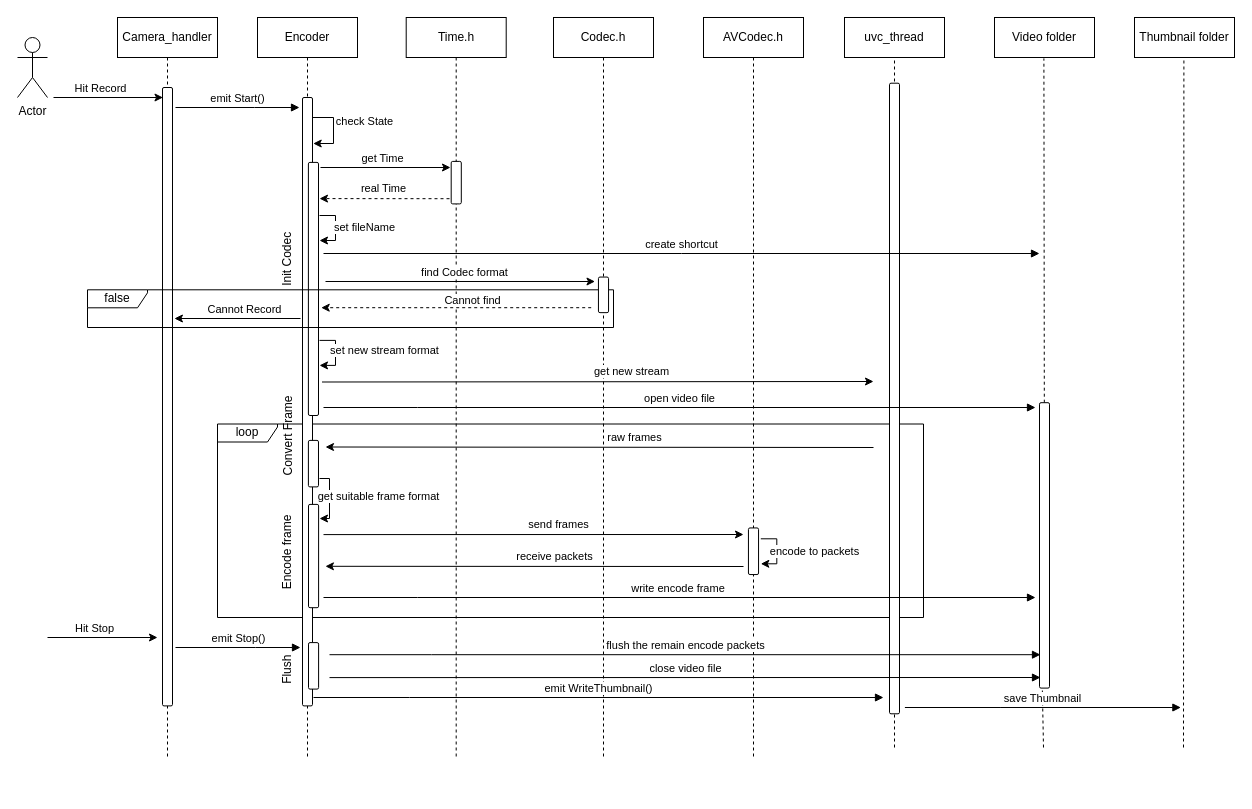
This is Internal_Project.drawio from GNV8HC/Exercise, a draw.io file, before an edit. Source tidied: cells renumbered, new cells numbered last; positions are measured from the earlier drawing's top-left corner, leaving out a move shared by most shapes. Both pictures are drawn from the tidied source at 100%, with x=0, y=0 at pixel (-142, 17).
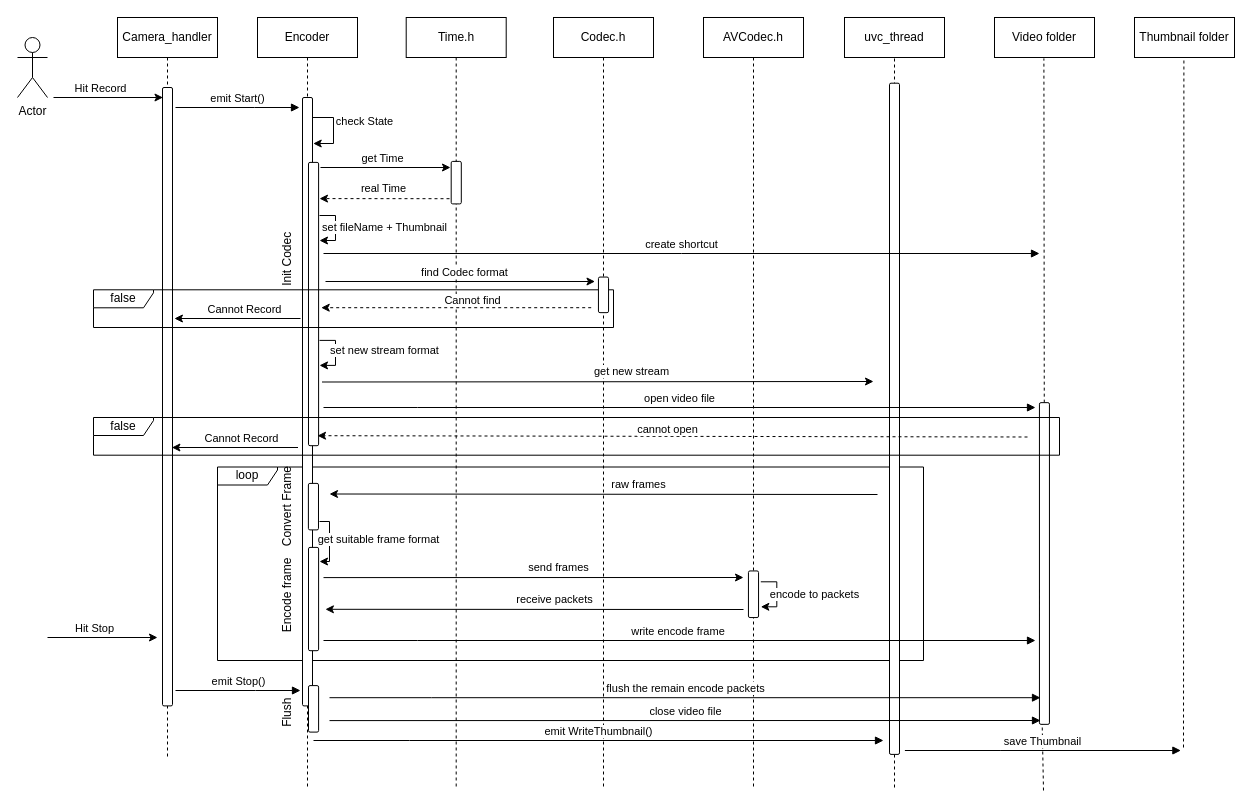
The same diagram, later.

Unchanged cells that the change refers to:
```xml
<mxCell id="31" style="endArrow=classic;html=1;rounded=0;" parent="1" edge="1">
  <mxGeometry relative="1" as="geometry">
    <mxPoint x="461" y="198" as="sourcePoint" />
    <mxPoint x="461" y="223" as="targetPoint" />
    <Array as="points">
      <mxPoint x="477" y="198" />
      <mxPoint x="477" y="223" />
    </Array>
  </mxGeometry>
</mxCell>
```

The edit, as a diff of the source:
```diff
@@
     <mxCell id="2" value="loop" style="shape=umlFrame;whiteSpace=wrap;html=1;width=60;height=18;" parent="1" vertex="1">
-      <mxGeometry x="359" y="406.5" width="706" height="193.5" as="geometry" />
+      <mxGeometry x="359" y="449.5" width="706" height="193.5" as="geometry" />
     </mxCell>
@@
     <mxCell id="4" value="Encoder" style="shape=umlLifeline;perimeter=lifelinePerimeter;whiteSpace=wrap;html=1;newEdgeStyle={&quot;edgeStyle&quot;:&quot;elbowEdgeStyle&quot;,&quot;elbow&quot;:&quot;vertical&quot;,&quot;curved&quot;:0,&quot;rounded&quot;:0};" parent="1" vertex="1">
-      <mxGeometry x="399" width="100" height="740" as="geometry" />
+      <mxGeometry x="399" width="100" height="770" as="geometry" />
     </mxCell>
@@
     <mxCell id="16" value="emit Stop()" style="html=1;verticalAlign=bottom;endArrow=block;edgeStyle=elbowEdgeStyle;elbow=vertical;curved=0;rounded=0;" parent="1" edge="1">
       <mxGeometry relative="1" as="geometry">
-        <mxPoint x="317" y="630" as="sourcePoint" />
-        <mxPoint x="442" y="630" as="targetPoint" />
+        <mxPoint x="317" y="673" as="sourcePoint" />
+        <mxPoint x="442" y="673" as="targetPoint" />
         <Array as="points">
-          <mxPoint x="397" y="630" />
+          <mxPoint x="397" y="673" />
         </Array>
       </mxGeometry>
     </mxCell>
@@
     <mxCell id="23" style="endArrow=classic;html=1;rounded=0;" parent="1" edge="1">
       <mxGeometry relative="1" as="geometry">
-        <mxPoint x="1015" y="430" as="sourcePoint" />
-        <mxPoint x="467" y="429.5" as="targetPoint" />
+        <mxPoint x="1019" y="477" as="sourcePoint" />
+        <mxPoint x="471" y="476.5" as="targetPoint" />
       </mxGeometry>
     </mxCell>
@@
     <mxCell id="25" value="Time.h" style="shape=umlLifeline;perimeter=lifelinePerimeter;whiteSpace=wrap;html=1;newEdgeStyle={&quot;edgeStyle&quot;:&quot;elbowEdgeStyle&quot;,&quot;elbow&quot;:&quot;vertical&quot;,&quot;curved&quot;:0,&quot;rounded&quot;:0};" parent="1" vertex="1">
-      <mxGeometry x="547.7" width="100" height="740" as="geometry" />
+      <mxGeometry x="547.7" width="100" height="770" as="geometry" />
     </mxCell>
     <mxCell id="26" style="rounded=1;whiteSpace=wrap;html=1;rotation=90;" parent="1" vertex="1">
-      <mxGeometry x="328.4" y="266.4" width="253.1" height="10.1" as="geometry" />
+      <mxGeometry x="313.4" y="281.5" width="283.3" height="10.1" as="geometry" />
     </mxCell>
@@
-    <mxCell id="32" value="set fileName" style="edgeLabel;html=1;align=center;verticalAlign=middle;" parent="31" vertex="1">
+    <mxCell id="32" value="set fileName + Thumbnail" style="edgeLabel;html=1;align=center;verticalAlign=middle;" parent="31" vertex="1">
       <mxGeometry x="-0.06" y="-1" relative="1" as="geometry">
-        <mxPoint x="29" as="offset" />
+        <mxPoint x="49" as="offset" />
       </mxGeometry>
     </mxCell>
     <mxCell id="33" value="Codec.h" style="shape=umlLifeline;perimeter=lifelinePerimeter;whiteSpace=wrap;html=1;newEdgeStyle={&quot;edgeStyle&quot;:&quot;elbowEdgeStyle&quot;,&quot;elbow&quot;:&quot;vertical&quot;,&quot;curved&quot;:0,&quot;rounded&quot;:0};" parent="1" vertex="1">
-      <mxGeometry x="695" width="100" height="740" as="geometry" />
+      <mxGeometry x="695" width="100" height="770" as="geometry" />
     </mxCell>
     <mxCell id="34" style="endArrow=none;dashed=1;html=1;rounded=0;entryX=0.5;entryY=1;entryDx=0;entryDy=0;" parent="1" edge="1">
       <mxGeometry relative="1" as="geometry">
-        <mxPoint x="1036" y="730" as="sourcePoint" />
+        <mxPoint x="1036" y="770" as="sourcePoint" />
         <mxPoint x="1036" y="40.9" as="targetPoint" />
       </mxGeometry>
     </mxCell>
     <mxCell id="35" style="rounded=1;whiteSpace=wrap;html=1;rotation=90;" parent="1" vertex="1">
-      <mxGeometry x="720.7" y="376" width="630.6" height="10" as="geometry" />
+      <mxGeometry x="700.4" y="396.3" width="671.2" height="10" as="geometry" />
     </mxCell>
@@
     <mxCell id="47" value="false" style="shape=umlFrame;whiteSpace=wrap;html=1;width=60;height=18;" parent="1" vertex="1">
-      <mxGeometry x="229" y="272.3" width="526" height="37.7" as="geometry" />
+      <mxGeometry x="235" y="272.3" width="520" height="37.7" as="geometry" />
     </mxCell>
@@
     <mxCell id="49" style="rounded=1;whiteSpace=wrap;html=1;rotation=90;" parent="1" vertex="1">
-      <mxGeometry x="431.7" y="441.1" width="46.5" height="10.1" as="geometry" />
+      <mxGeometry x="431.7" y="484.1" width="46.5" height="10.1" as="geometry" />
     </mxCell>
     <mxCell id="50" value="Convert Frame" style="text;html=1;strokeColor=none;fillColor=none;align=center;verticalAlign=middle;whiteSpace=wrap;rounded=0;rotation=-90;" parent="1" vertex="1">
-      <mxGeometry x="387" y="403.5" width="84" height="30" as="geometry" />
+      <mxGeometry x="387" y="474.2" width="84" height="30" as="geometry" />
     </mxCell>
     <mxCell id="51" style="rounded=1;whiteSpace=wrap;html=1;rotation=90;" parent="1" vertex="1">
-      <mxGeometry x="403.4" y="533.5" width="103.3" height="10.1" as="geometry" />
+      <mxGeometry x="403.4" y="576.5" width="103.3" height="10.1" as="geometry" />
     </mxCell>
     <mxCell id="52" style="endArrow=classic;html=1;rounded=0;" parent="1" edge="1">
       <mxGeometry relative="1" as="geometry">
-        <mxPoint x="461" y="461" as="sourcePoint" />
-        <mxPoint x="461" y="501" as="targetPoint" />
+        <mxPoint x="461" y="504" as="sourcePoint" />
+        <mxPoint x="461" y="544" as="targetPoint" />
         <Array as="points">
-          <mxPoint x="471" y="461" />
-          <mxPoint x="471" y="501" />
+          <mxPoint x="471" y="504" />
+          <mxPoint x="471" y="544" />
         </Array>
       </mxGeometry>
     </mxCell>
@@
-    <mxCell id="54" style="endArrow=none;dashed=1;html=1;rounded=0;entryX=0.5;entryY=1;entryDx=0;entryDy=0;" parent="1" edge="1" target="55">
+    <mxCell id="54" style="endArrow=none;dashed=1;html=1;rounded=0;entryX=0.5;entryY=1;entryDx=0;entryDy=0;" parent="1" edge="1">
       <mxGeometry relative="1" as="geometry">
-        <mxPoint x="1185" y="730" as="sourcePoint" />
+        <mxPoint x="1185" y="773" as="sourcePoint" />
+        <mxPoint x="1181" y="570.8" as="targetPoint" />
       </mxGeometry>
     </mxCell>
     <mxCell id="55" style="rounded=1;whiteSpace=wrap;html=1;rotation=90;" parent="1" vertex="1">
-      <mxGeometry x="1043.3" y="522.9" width="285.4" height="10" as="geometry" />
+      <mxGeometry x="1025.1" y="541" width="321.7" height="10" as="geometry" />
     </mxCell>
@@
     <mxCell id="57" value="Encode frame" style="text;html=1;strokeColor=none;fillColor=none;align=center;verticalAlign=middle;whiteSpace=wrap;rounded=0;rotation=-90;" parent="1" vertex="1">
-      <mxGeometry x="387" y="520" width="84" height="30" as="geometry" />
+      <mxGeometry x="387" y="563" width="84" height="30" as="geometry" />
     </mxCell>
     <mxCell id="58" value="AVCodec.h" style="shape=umlLifeline;perimeter=lifelinePerimeter;whiteSpace=wrap;html=1;newEdgeStyle={&quot;edgeStyle&quot;:&quot;elbowEdgeStyle&quot;,&quot;elbow&quot;:&quot;vertical&quot;,&quot;curved&quot;:0,&quot;rounded&quot;:0};" parent="1" vertex="1">
-      <mxGeometry x="845" width="100" height="740" as="geometry" />
+      <mxGeometry x="845" width="100" height="770" as="geometry" />
     </mxCell>
     <mxCell id="59" style="endArrow=classic;html=1;rounded=0;exitX=0.855;exitY=-0.145;exitDx=0;exitDy=0;exitPerimeter=0;" parent="1" edge="1">
       <mxGeometry relative="1" as="geometry">
-        <mxPoint x="465" y="517.1" as="sourcePoint" />
-        <mxPoint x="885" y="517" as="targetPoint" />
+        <mxPoint x="465" y="560.1" as="sourcePoint" />
+        <mxPoint x="885" y="560" as="targetPoint" />
       </mxGeometry>
     </mxCell>
@@
     <mxCell id="61" style="rounded=1;whiteSpace=wrap;html=1;rotation=90;" parent="1" vertex="1">
-      <mxGeometry x="871.7" y="528.7" width="46.6" height="10.1" as="geometry" />
+      <mxGeometry x="871.7" y="571.7" width="46.6" height="10.1" as="geometry" />
     </mxCell>
     <mxCell id="62" style="endArrow=classic;html=1;rounded=0;" parent="1" edge="1">
       <mxGeometry relative="1" as="geometry">
-        <mxPoint x="885" y="549" as="sourcePoint" />
-        <mxPoint x="466.9" y="548.8" as="targetPoint" />
+        <mxPoint x="885" y="592" as="sourcePoint" />
+        <mxPoint x="466.9" y="591.8" as="targetPoint" />
       </mxGeometry>
     </mxCell>
@@
     <mxCell id="64" value="write encode frame&amp;nbsp;" style="html=1;verticalAlign=bottom;endArrow=block;edgeStyle=elbowEdgeStyle;elbow=vertical;curved=0;rounded=0;" parent="1" edge="1">
       <mxGeometry relative="1" as="geometry">
-        <mxPoint x="465" y="580" as="sourcePoint" />
-        <mxPoint x="1177" y="580" as="targetPoint" />
+        <mxPoint x="465" y="623" as="sourcePoint" />
+        <mxPoint x="1177" y="623" as="targetPoint" />
         <Array as="points">
-          <mxPoint x="559" y="580" />
+          <mxPoint x="559" y="623" />
         </Array>
       </mxGeometry>
     </mxCell>
     <mxCell id="65" value="emit WriteThumbnail()" style="html=1;verticalAlign=bottom;endArrow=block;edgeStyle=elbowEdgeStyle;elbow=vertical;curved=0;rounded=0;" parent="1" edge="1">
       <mxGeometry relative="1" as="geometry">
-        <mxPoint x="455" y="680" as="sourcePoint" />
-        <mxPoint x="1025" y="680" as="targetPoint" />
+        <mxPoint x="455" y="723" as="sourcePoint" />
+        <mxPoint x="1025" y="723" as="targetPoint" />
         <Array as="points">
-          <mxPoint x="551" y="680" />
+          <mxPoint x="551" y="723" />
         </Array>
       </mxGeometry>
     </mxCell>
     <mxCell id="66" value="save Thumbnail" style="html=1;verticalAlign=bottom;endArrow=block;edgeStyle=elbowEdgeStyle;elbow=vertical;curved=0;rounded=0;" parent="1" edge="1">
       <mxGeometry relative="1" as="geometry">
-        <mxPoint x="1046.4" y="690" as="sourcePoint" />
-        <mxPoint x="1322.4" y="690" as="targetPoint" />
+        <mxPoint x="1046.4" y="733" as="sourcePoint" />
+        <mxPoint x="1322.4" y="733" as="targetPoint" />
         <Array as="points">
-          <mxPoint x="1142.4" y="690" />
+          <mxPoint x="1142.4" y="733" />
         </Array>
       </mxGeometry>
     </mxCell>
     <mxCell id="67" style="endArrow=classic;html=1;rounded=0;" parent="1" edge="1">
       <mxGeometry relative="1" as="geometry">
-        <mxPoint x="902.3" y="521.3" as="sourcePoint" />
-        <mxPoint x="902.3" y="546.3" as="targetPoint" />
+        <mxPoint x="902.3" y="564.3" as="sourcePoint" />
+        <mxPoint x="902.3" y="589.3" as="targetPoint" />
         <Array as="points">
-          <mxPoint x="918.3" y="521.3" />
-          <mxPoint x="918.3" y="546.3" />
+          <mxPoint x="918.3" y="564.3" />
+          <mxPoint x="918.3" y="589.3" />
         </Array>
       </mxGeometry>
     </mxCell>
@@
     <mxCell id="69" style="rounded=1;whiteSpace=wrap;html=1;rotation=90;" parent="1" vertex="1">
-      <mxGeometry x="431.8" y="643.3" width="46.5" height="10.1" as="geometry" />
+      <mxGeometry x="431.8" y="686.3" width="46.5" height="10.1" as="geometry" />
     </mxCell>
     <mxCell id="70" value="Flush" style="text;html=1;strokeColor=none;fillColor=none;align=center;verticalAlign=middle;whiteSpace=wrap;rounded=0;rotation=-90;" parent="1" vertex="1">
-      <mxGeometry x="387" y="637.2" width="84" height="30" as="geometry" />
+      <mxGeometry x="387" y="680.2" width="84" height="30" as="geometry" />
     </mxCell>
     <mxCell id="71" value="flush the remain encode packets" style="html=1;verticalAlign=bottom;endArrow=block;edgeStyle=elbowEdgeStyle;elbow=vertical;curved=0;rounded=0;" parent="1" edge="1">
       <mxGeometry relative="1" as="geometry">
-        <mxPoint x="471" y="637.2" as="sourcePoint" />
-        <mxPoint x="1182" y="637.2" as="targetPoint" />
+        <mxPoint x="471" y="680.2" as="sourcePoint" />
+        <mxPoint x="1182" y="680.2" as="targetPoint" />
         <Array as="points">
-          <mxPoint x="573" y="637.2" />
+          <mxPoint x="573" y="680.2" />
         </Array>
       </mxGeometry>
     </mxCell>
     <mxCell id="72" value="close video file" style="html=1;verticalAlign=bottom;endArrow=block;edgeStyle=elbowEdgeStyle;elbow=vertical;curved=0;rounded=0;" parent="1" edge="1">
       <mxGeometry relative="1" as="geometry">
-        <mxPoint x="471" y="660.1" as="sourcePoint" />
-        <mxPoint x="1182" y="660.1" as="targetPoint" />
+        <mxPoint x="471" y="703.1" as="sourcePoint" />
+        <mxPoint x="1182" y="703.1" as="targetPoint" />
         <Array as="points">
-          <mxPoint x="573" y="660" />
+          <mxPoint x="573" y="703" />
         </Array>
       </mxGeometry>
     </mxCell>
+    <mxCell id="73" style="endArrow=classic;html=1;rounded=0;dashed=1;" parent="1" edge="1">
+      <mxGeometry relative="1" as="geometry">
+        <mxPoint x="1169" y="419.5" as="sourcePoint" />
+        <mxPoint x="459" y="418.2" as="targetPoint" />
+      </mxGeometry>
+    </mxCell>
+    <mxCell id="74" value="cannot open" style="edgeLabel;html=1;align=center;verticalAlign=middle;" parent="73" vertex="1">
+      <mxGeometry x="-0.3" y="-2" relative="1" as="geometry">
+        <mxPoint x="-112" y="-6" as="offset" />
+      </mxGeometry>
+    </mxCell>
+    <mxCell id="75" value="false" style="shape=umlFrame;whiteSpace=wrap;html=1;width=60;height=18;" parent="1" vertex="1">
+      <mxGeometry x="235" y="400" width="966" height="37.7" as="geometry" />
+    </mxCell>
+    <mxCell id="76" style="endArrow=classic;html=1;rounded=0;" parent="1" edge="1">
+      <mxGeometry relative="1" as="geometry">
+        <mxPoint x="439.5" y="430" as="sourcePoint" />
+        <mxPoint x="313.4" y="430" as="targetPoint" />
+      </mxGeometry>
+    </mxCell>
+    <mxCell id="77" value="Cannot Record" style="edgeLabel;html=1;align=center;verticalAlign=middle;" parent="76" vertex="1">
+      <mxGeometry x="0.32" relative="1" as="geometry">
+        <mxPoint x="26" y="-10" as="offset" />
+      </mxGeometry>
+    </mxCell>
```
